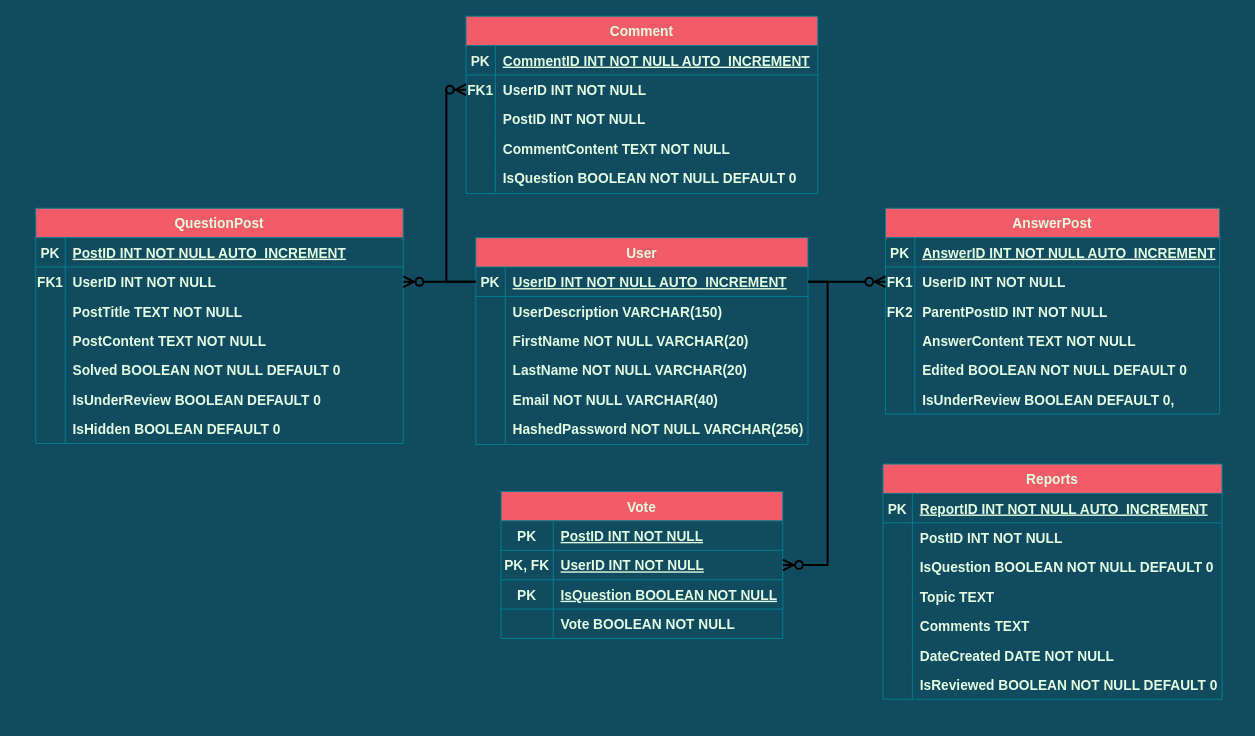
This is database/ERD.drawio from HurtzWhenIP/wits-overflow, a draw.io file, before an edit. Source tidied: cells renumbered, new cells numbered last; positions are measured from the earlier drawing's top-left corner, leaving out a move shared by most shapes. Both pictures are drawn from the tidied source at 98%, with x=0, y=0 at pixel (35, 16).
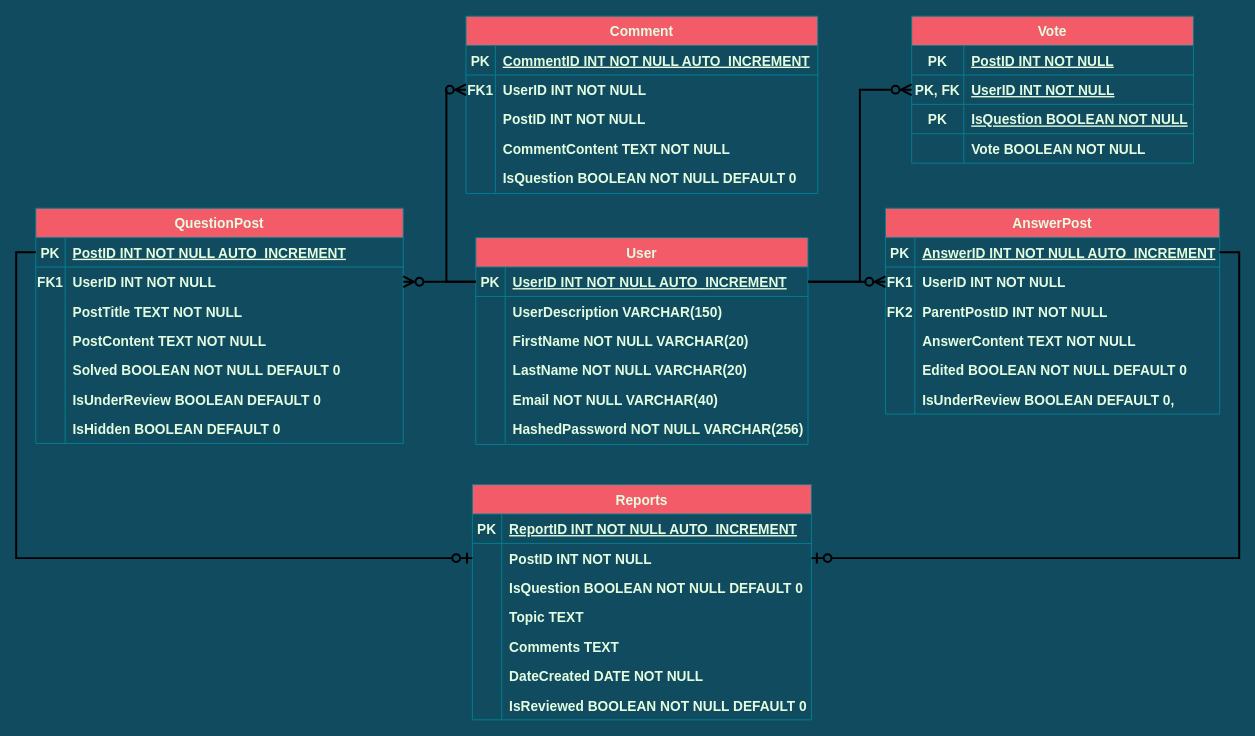
The same diagram, later.

Commit message:
Update ERD diagram

Unchanged cells that the change refers to:
```xml
<mxCell id="3" style="shape=partialRectangle;fillColor=none;points=[[0,0.5],[1,0.5]];portConstraint=eastwest;top=0;left=0;right=0;bottom=1;strokeColor=#028090;fontColor=#E4FDE1;fontSize=14;fontStyle=1;" parent="2" vertex="1">
  <mxGeometry y="30" width="375" height="30" as="geometry" />
</mxCell>
<mxCell id="25" style="shape=partialRectangle;fillColor=none;points=[[0,0.5],[1,0.5]];portConstraint=eastwest;top=0;left=0;right=0;bottom=1;strokeColor=#028090;fontColor=#E4FDE1;fontSize=14;fontStyle=1;" parent="24" vertex="1">
  <mxGeometry y="30" width="339" height="30" as="geometry" />
</mxCell>
<mxCell id="44" style="shape=partialRectangle;fillColor=none;points=[[0,0.5],[1,0.5]];portConstraint=eastwest;top=0;left=0;right=0;bottom=1;strokeColor=#028090;fontColor=#E4FDE1;fontSize=14;fontStyle=1;" parent="43" vertex="1">
  <mxGeometry y="30" width="341" height="30" as="geometry" />
</mxCell>
<mxCell id="85" style="shape=partialRectangle;fillColor=none;points=[[0,0.5],[1,0.5]];portConstraint=eastwest;top=0;left=0;right=0;bottom=1;strokeColor=#028090;fontColor=#E4FDE1;fontSize=14;fontStyle=1;" parent="81" vertex="1">
  <mxGeometry y="60" width="287.5" height="30" as="geometry" />
</mxCell>
<mxCell id="99" style="shape=partialRectangle;fillColor=none;points=[[0,0.5],[1,0.5]];portConstraint=eastwest;top=0;left=0;right=0;bottom=0;strokeColor=#028090;fontColor=#E4FDE1;fontSize=14;fontStyle=1;" parent="95" vertex="1">
  <mxGeometry y="60" width="346" height="30" as="geometry" />
</mxCell>
```

The edit, as a diff of the source:
```diff
@@
     <mxCell id="81" value="Vote" style="shape=table;startSize=30;childLayout=tableLayout;rowLines=0;fontStyle=1;align=center;fillColor=#F45B69;strokeColor=#028090;fontColor=#E4FDE1;fontSize=14;" parent="1" vertex="1">
-      <mxGeometry x="474.8" y="485" width="287.5" height="150" as="geometry" />
+      <mxGeometry x="893.8" width="287.5" height="150" as="geometry" />
     </mxCell>
@@
-    <mxCell id="94" style="edgeStyle=orthogonalEdgeStyle;rounded=0;jettySize=auto;html=1;exitX=1;exitY=0.5;exitDx=0;exitDy=0;entryX=1;entryY=0.5;entryDx=0;entryDy=0;strokeWidth=2;endArrow=ERzeroToMany;endFill=0;endSize=8;" parent="1" edge="1" source="25" target="85">
+    <mxCell id="94" style="edgeStyle=orthogonalEdgeStyle;rounded=0;jettySize=auto;html=1;exitX=1;exitY=0.5;exitDx=0;exitDy=0;strokeWidth=2;endArrow=ERzeroToMany;endFill=0;endSize=8;entryX=0;entryY=0.5;entryDx=0;entryDy=0;" parent="1" edge="1" source="25" target="85">
       <mxGeometry relative="1" as="geometry" />
     </mxCell>
     <mxCell id="95" value="Reports" style="shape=table;startSize=30;childLayout=tableLayout;rowLines=0;fontStyle=1;align=center;fillColor=#F45B69;strokeColor=#028090;fontColor=#E4FDE1;fontSize=14;" parent="1" vertex="1">
-      <mxGeometry x="864.5" y="457" width="346" height="240" as="geometry" />
+      <mxGeometry x="445.5" y="478" width="346" height="240" as="geometry" />
     </mxCell>
@@
+    <mxCell id="117" style="edgeStyle=orthogonalEdgeStyle;rounded=0;jettySize=auto;html=1;exitX=1;exitY=0.5;exitDx=0;exitDy=0;entryX=1;entryY=0.5;entryDx=0;entryDy=0;startArrow=none;startFill=0;endArrow=ERzeroToOne;endFill=0;endSize=8;strokeWidth=2;" parent="1" edge="1" source="44" target="99">
+      <mxGeometry relative="1" as="geometry">
+        <Array as="points">
+          <mxPoint x="1228" y="241" />
+          <mxPoint x="1228" y="553" />
+        </Array>
+      </mxGeometry>
+    </mxCell>
+    <mxCell id="118" style="edgeStyle=orthogonalEdgeStyle;rounded=0;jettySize=auto;html=1;exitX=0;exitY=0.5;exitDx=0;exitDy=0;entryX=0;entryY=0.5;entryDx=0;entryDy=0;strokeWidth=2;startArrow=none;startFill=0;endArrow=ERzeroToOne;endFill=0;endSize=8;" parent="1" edge="1" source="3" target="99">
+      <mxGeometry relative="1" as="geometry" />
+    </mxCell>
```
